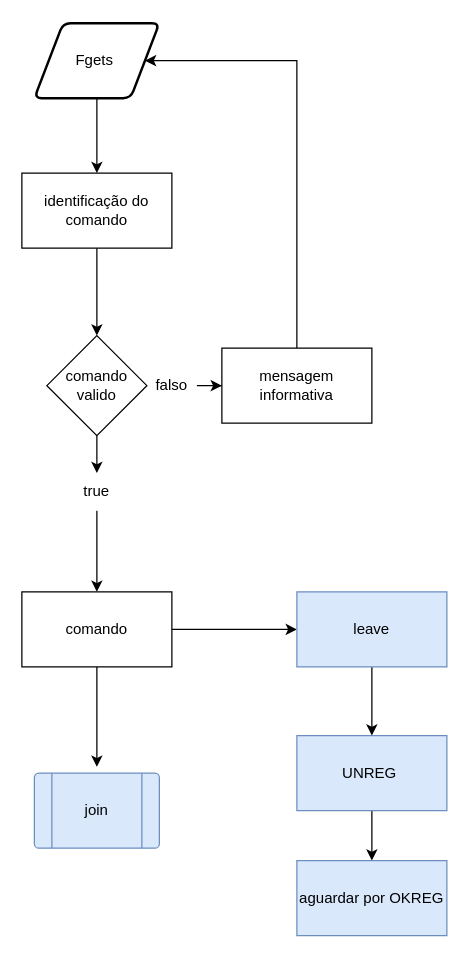
The draw.io diagram page "interface utilizador" (2 of 3) of RCI_proj.drawio in WoneBone/RCI, before the edit. Source tidied: cells renumbered, new cells numbered last; positions are measured from the earlier drawing's top-left corner, leaving out a move shared by most shapes. Both pictures are drawn from the tidied source at 125%, with x=0, y=0 at pixel (21, 22).
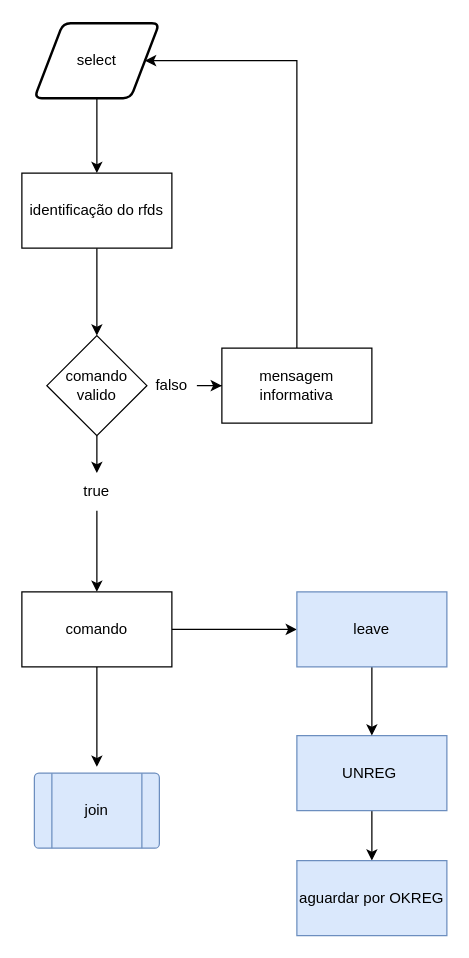
After the change.

Diff of the diagram source:
```diff
@@
-    <mxCell id="3" value="Fgets&amp;nbsp;" style="shape=parallelogram;html=1;strokeWidth=2;perimeter=parallelogramPerimeter;whiteSpace=wrap;rounded=1;arcSize=12;size=0.23;" parent="1" vertex="1">
+    <mxCell id="3" value="select" style="shape=parallelogram;html=1;strokeWidth=2;perimeter=parallelogramPerimeter;whiteSpace=wrap;rounded=1;arcSize=12;size=0.23;" parent="1" vertex="1">
       <mxGeometry x="10" width="100" height="60" as="geometry" />
     </mxCell>
@@
-    <mxCell id="5" value="identificação do comando" style="rounded=0;whiteSpace=wrap;html=1;" parent="1" vertex="1">
+    <mxCell id="5" value="identificação do rfds" style="rounded=0;whiteSpace=wrap;html=1;" parent="1" vertex="1">
       <mxGeometry y="120" width="120" height="60" as="geometry" />
     </mxCell>
```
